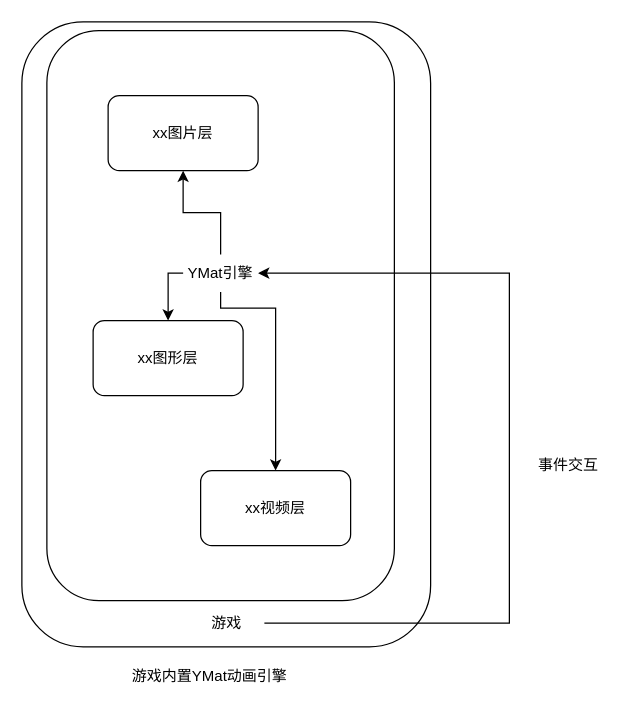
Earlier version of the draw.io diagram page "第 1 页" (1 of 4) of 游戏动效强化方法.drawio (cangwang/Canvas). Source tidied: cells renumbered, new cells numbered last; positions are measured from the earlier drawing's top-left corner, leaving out a move shared by most shapes. Both pictures are drawn from the tidied source at 125%, with x=0, y=0 at pixel (21, 21).
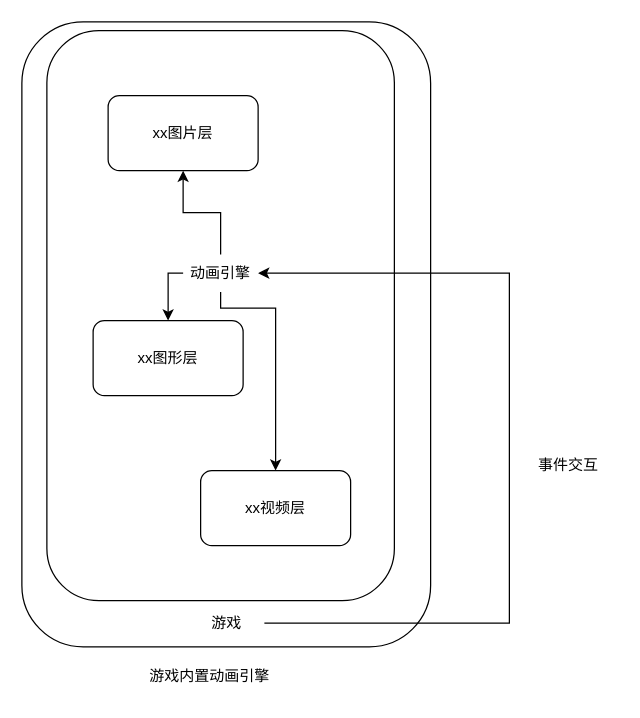
After the change.

Diff of the diagram source:
```diff
@@
 <mxGraphModel>
   <root>
     <mxCell id="0" />
     <mxCell id="1" parent="0" />
     <mxCell id="2" style="rounded=1;whiteSpace=wrap;html=1;" parent="1" vertex="1">
       <mxGeometry width="327" height="500" as="geometry" />
     </mxCell>
     <mxCell id="3" value="&lt;div&gt;&lt;br&gt;&lt;/div&gt;&lt;div&gt;&lt;br&gt;&lt;/div&gt;&lt;div&gt;&lt;br&gt;&lt;/div&gt;&lt;div&gt;&lt;br&gt;&lt;/div&gt;&lt;div&gt;&lt;br&gt;&lt;/div&gt;" style="rounded=1;whiteSpace=wrap;html=1;" parent="1" vertex="1">
       <mxGeometry x="20" y="7" width="278" height="456" as="geometry" />
     </mxCell>
     <mxCell id="4" value="xx图片层" style="rounded=1;whiteSpace=wrap;html=1;" parent="1" vertex="1">
       <mxGeometry x="69" y="59" width="120" height="60" as="geometry" />
     </mxCell>
     <mxCell id="5" value="xx视频层" style="rounded=1;whiteSpace=wrap;html=1;" parent="1" vertex="1">
       <mxGeometry x="143" y="359" width="120" height="60" as="geometry" />
     </mxCell>
     <mxCell id="6" value="xx图形层" style="rounded=1;whiteSpace=wrap;html=1;" parent="1" vertex="1">
       <mxGeometry x="57" y="239" width="120" height="60" as="geometry" />
     </mxCell>
     <mxCell id="7" style="edgeStyle=orthogonalEdgeStyle;rounded=0;jettySize=auto;html=1;exitX=1;exitY=0.5;exitDx=0;exitDy=0;entryX=1;entryY=0.5;entryDx=0;entryDy=0;" parent="1" edge="1" source="8" target="12">
       <mxGeometry relative="1" as="geometry">
         <Array as="points">
           <mxPoint x="390" y="481" />
           <mxPoint x="390" y="201" />
         </Array>
       </mxGeometry>
     </mxCell>
     <mxCell id="8" value="游戏" style="text;html=1;align=center;verticalAlign=middle;whiteSpace=wrap;rounded=0;" parent="1" vertex="1">
       <mxGeometry x="134" y="466" width="60" height="30" as="geometry" />
     </mxCell>
     <mxCell id="9" style="edgeStyle=orthogonalEdgeStyle;rounded=0;jettySize=auto;html=1;exitX=0.5;exitY=0;exitDx=0;exitDy=0;entryX=0.5;entryY=1;entryDx=0;entryDy=0;" parent="1" edge="1" source="12" target="4">
       <mxGeometry relative="1" as="geometry" />
     </mxCell>
     <mxCell id="10" style="edgeStyle=orthogonalEdgeStyle;rounded=0;jettySize=auto;html=1;exitX=0;exitY=0.5;exitDx=0;exitDy=0;entryX=0.5;entryY=0;entryDx=0;entryDy=0;" parent="1" edge="1" source="12" target="6">
       <mxGeometry relative="1" as="geometry" />
     </mxCell>
     <mxCell id="11" style="edgeStyle=orthogonalEdgeStyle;rounded=0;jettySize=auto;html=1;exitX=0.5;exitY=1;exitDx=0;exitDy=0;" parent="1" edge="1" source="12" target="5">
       <mxGeometry relative="1" as="geometry">
         <Array as="points">
           <mxPoint x="159" y="229" />
           <mxPoint x="203" y="229" />
         </Array>
       </mxGeometry>
     </mxCell>
-    <mxCell id="12" value="YMat引擎" style="text;html=1;align=center;verticalAlign=middle;whiteSpace=wrap;rounded=0;" parent="1" vertex="1">
+    <mxCell id="12" value="动画引擎" style="text;html=1;align=center;verticalAlign=middle;whiteSpace=wrap;rounded=0;" parent="1" vertex="1">
       <mxGeometry x="129" y="186" width="60" height="30" as="geometry" />
     </mxCell>
     <mxCell id="13" value="事件交互" style="text;html=1;align=center;verticalAlign=middle;whiteSpace=wrap;rounded=0;" parent="1" vertex="1">
       <mxGeometry x="398" y="340" width="79" height="30" as="geometry" />
     </mxCell>
-    <mxCell id="14" value="游戏内置YMat动画引擎" style="text;html=1;align=center;verticalAlign=middle;whiteSpace=wrap;rounded=0;" parent="1" vertex="1">
+    <mxCell id="14" value="游戏内置动画引擎" style="text;html=1;align=center;verticalAlign=middle;whiteSpace=wrap;rounded=0;" parent="1" vertex="1">
       <mxGeometry x="81" y="509" width="139" height="30" as="geometry" />
     </mxCell>
   </root>
 </mxGraphModel>
```
